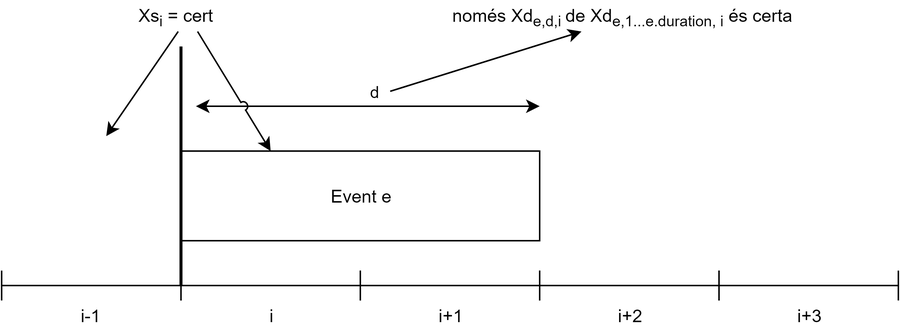
Above: Memoria/Diagrames/DiagramaChanneling.png in sipwarriper/hstt2smt (draw.io), before the change. Source tidied: cells renumbered, new cells last; positions are measured from the earlier drawing's top-left corner, leaving out a move shared by most shapes. Source of this version:
```xml
<mxGraphModel>
  <root>
    <mxCell id="0" />
    <mxCell id="1" parent="0" />
    <mxCell id="2" style="shape=crossbar;whiteSpace=wrap;html=1;rounded=1;" parent="1" vertex="1">
      <mxGeometry y="180" width="120" height="20" as="geometry" />
    </mxCell>
    <mxCell id="3" style="shape=crossbar;whiteSpace=wrap;html=1;rounded=1;" parent="1" vertex="1">
      <mxGeometry x="120" y="180" width="120" height="20" as="geometry" />
    </mxCell>
    <mxCell id="4" style="shape=crossbar;whiteSpace=wrap;html=1;rounded=1;" parent="1" vertex="1">
      <mxGeometry x="240" y="180" width="120" height="20" as="geometry" />
    </mxCell>
    <mxCell id="5" style="shape=crossbar;whiteSpace=wrap;html=1;rounded=1;" parent="1" vertex="1">
      <mxGeometry x="360" y="180" width="120" height="20" as="geometry" />
    </mxCell>
    <mxCell id="6" style="shape=crossbar;whiteSpace=wrap;html=1;rounded=1;" parent="1" vertex="1">
      <mxGeometry x="480" y="180" width="120" height="20" as="geometry" />
    </mxCell>
    <mxCell id="7" value="Event e" style="rounded=0;whiteSpace=wrap;html=1;" parent="1" vertex="1">
      <mxGeometry x="120" y="100" width="240" height="60" as="geometry" />
    </mxCell>
    <mxCell id="8" value="i-1" style="text;html=1;strokeColor=none;fillColor=none;align=center;verticalAlign=middle;whiteSpace=wrap;rounded=0;" parent="1" vertex="1">
      <mxGeometry x="40" y="200" width="40" height="20" as="geometry" />
    </mxCell>
    <mxCell id="9" value="i" style="text;html=1;strokeColor=none;fillColor=none;align=center;verticalAlign=middle;whiteSpace=wrap;rounded=0;" parent="1" vertex="1">
      <mxGeometry x="160" y="200" width="40" height="20" as="geometry" />
    </mxCell>
    <mxCell id="10" value="i+1" style="text;html=1;strokeColor=none;fillColor=none;align=center;verticalAlign=middle;whiteSpace=wrap;rounded=0;" parent="1" vertex="1">
      <mxGeometry x="280" y="200" width="40" height="20" as="geometry" />
    </mxCell>
    <mxCell id="11" value="i+2" style="text;html=1;strokeColor=none;fillColor=none;align=center;verticalAlign=middle;whiteSpace=wrap;rounded=0;" parent="1" vertex="1">
      <mxGeometry x="400" y="200" width="40" height="20" as="geometry" />
    </mxCell>
    <mxCell id="12" value="i+3" style="text;html=1;strokeColor=none;fillColor=none;align=center;verticalAlign=middle;whiteSpace=wrap;rounded=0;" parent="1" vertex="1">
      <mxGeometry x="520" y="200" width="40" height="20" as="geometry" />
    </mxCell>
    <mxCell id="13" style="line;strokeWidth=2;direction=south;html=1;" parent="1" vertex="1">
      <mxGeometry x="115" y="30" width="10" height="160" as="geometry" />
    </mxCell>
    <mxCell id="14" style="edgeStyle=none;rounded=0;jumpStyle=arc;jettySize=auto;html=1;startArrow=none;startFill=0;endArrow=classic;endFill=1;" parent="1" edge="1" source="15">
      <mxGeometry relative="1" as="geometry">
        <mxPoint x="70" y="90" as="targetPoint" />
      </mxGeometry>
    </mxCell>
    <mxCell id="15" value="Xs&lt;sub&gt;i&lt;/sub&gt;&amp;nbsp;= cert" style="text;html=1;points=[];align=left;verticalAlign=top;spacingTop=-4;" parent="1" vertex="1">
      <mxGeometry x="90" width="70" height="20" as="geometry" />
    </mxCell>
    <mxCell id="16" value="d" style="endArrow=classic;startArrow=classic;html=1;jumpStyle=none;" parent="1" edge="1">
      <mxGeometry x="0.04" y="10" relative="1" as="geometry">
        <mxPoint x="130" y="70" as="sourcePoint" />
        <mxPoint x="360" y="70" as="targetPoint" />
      </mxGeometry>
    </mxCell>
    <mxCell id="17" style="rounded=0;jettySize=auto;html=1;endArrow=none;endFill=0;startArrow=classic;startFill=1;" parent="1" edge="1" source="18">
      <mxGeometry relative="1" as="geometry">
        <mxPoint x="260" y="60" as="targetPoint" />
      </mxGeometry>
    </mxCell>
    <mxCell id="18" value="només Xd&lt;sub&gt;e,d,i &lt;/sub&gt;de Xd&lt;sub&gt;e,1...e.duration, i&lt;/sub&gt;&amp;nbsp;és certa" style="text;html=1;points=[];align=left;verticalAlign=top;spacingTop=-4;" parent="1" vertex="1">
      <mxGeometry x="300" width="240" height="20" as="geometry" />
    </mxCell>
    <mxCell id="19" style="edgeStyle=none;rounded=0;jettySize=auto;html=1;entryX=0.25;entryY=0;entryDx=0;entryDy=0;startArrow=none;startFill=0;endArrow=classic;endFill=1;jumpStyle=arc;" parent="1" edge="1" source="15" target="7">
      <mxGeometry relative="1" as="geometry" />
    </mxCell>
  </root>
</mxGraphModel>
```
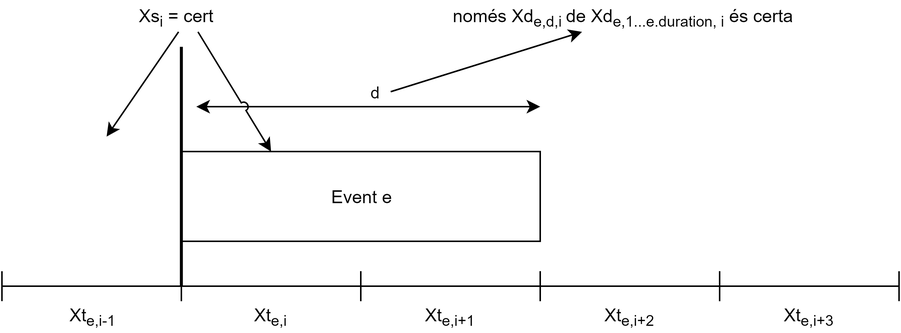
The same file after the commit.

What changed in the source:
```diff
@@ -20,19 +20,19 @@
     <mxCell id="7" value="Event e" style="rounded=0;whiteSpace=wrap;html=1;" parent="1" vertex="1">
       <mxGeometry x="120" y="100" width="240" height="60" as="geometry" />
     </mxCell>
-    <mxCell id="8" value="i-1" style="text;html=1;strokeColor=none;fillColor=none;align=center;verticalAlign=middle;whiteSpace=wrap;rounded=0;" parent="1" vertex="1">
+    <mxCell id="8" value="Xt&lt;sub&gt;e,i-1&lt;/sub&gt;" style="text;html=1;strokeColor=none;fillColor=none;align=center;verticalAlign=middle;whiteSpace=wrap;rounded=0;" parent="1" vertex="1">
       <mxGeometry x="40" y="200" width="40" height="20" as="geometry" />
     </mxCell>
-    <mxCell id="9" value="i" style="text;html=1;strokeColor=none;fillColor=none;align=center;verticalAlign=middle;whiteSpace=wrap;rounded=0;" parent="1" vertex="1">
+    <mxCell id="9" value="Xt&lt;sub&gt;e,i&lt;/sub&gt;" style="text;html=1;strokeColor=none;fillColor=none;align=center;verticalAlign=middle;whiteSpace=wrap;rounded=0;" parent="1" vertex="1">
       <mxGeometry x="160" y="200" width="40" height="20" as="geometry" />
     </mxCell>
-    <mxCell id="10" value="i+1" style="text;html=1;strokeColor=none;fillColor=none;align=center;verticalAlign=middle;whiteSpace=wrap;rounded=0;" parent="1" vertex="1">
+    <mxCell id="10" value="Xt&lt;sub&gt;e,i+1&lt;/sub&gt;" style="text;html=1;strokeColor=none;fillColor=none;align=center;verticalAlign=middle;whiteSpace=wrap;rounded=0;" parent="1" vertex="1">
       <mxGeometry x="280" y="200" width="40" height="20" as="geometry" />
     </mxCell>
-    <mxCell id="11" value="i+2" style="text;html=1;strokeColor=none;fillColor=none;align=center;verticalAlign=middle;whiteSpace=wrap;rounded=0;" parent="1" vertex="1">
+    <mxCell id="11" value="Xt&lt;sub&gt;e,i+2&lt;/sub&gt;" style="text;html=1;strokeColor=none;fillColor=none;align=center;verticalAlign=middle;whiteSpace=wrap;rounded=0;" parent="1" vertex="1">
       <mxGeometry x="400" y="200" width="40" height="20" as="geometry" />
     </mxCell>
-    <mxCell id="12" value="i+3" style="text;html=1;strokeColor=none;fillColor=none;align=center;verticalAlign=middle;whiteSpace=wrap;rounded=0;" parent="1" vertex="1">
+    <mxCell id="12" value="Xt&lt;sub&gt;e,i+3&lt;/sub&gt;" style="text;html=1;strokeColor=none;fillColor=none;align=center;verticalAlign=middle;whiteSpace=wrap;rounded=0;" parent="1" vertex="1">
       <mxGeometry x="520" y="200" width="40" height="20" as="geometry" />
     </mxCell>
     <mxCell id="13" style="line;strokeWidth=2;direction=south;html=1;" parent="1" vertex="1">
```
